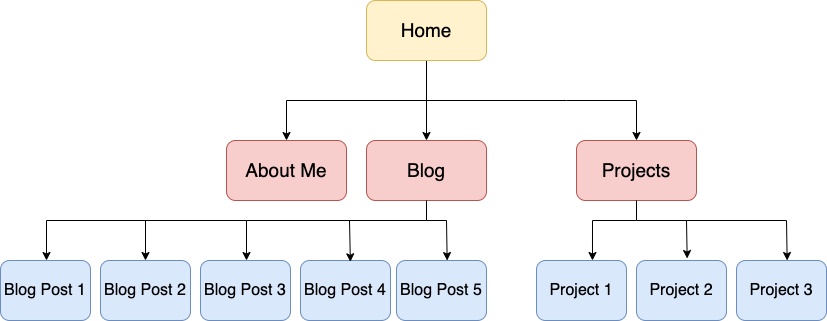
This is docs/Sitemap.png from Dandandan-mo/T1A2-Portfolio, a draw.io export, as it was before one commit. Source tidied: cells renumbered, new cells last; positions are measured from the earlier drawing's top-left corner, leaving out a move shared by most shapes. Its diagram source:
```xml
<mxGraphModel>
  <root>
    <mxCell id="0" />
    <mxCell id="1" parent="0" />
    <mxCell id="2" style="edgeStyle=orthogonalEdgeStyle;rounded=0;jettySize=auto;html=1;fontSize=19;" parent="1" edge="1" source="3" target="5">
      <mxGeometry relative="1" as="geometry" />
    </mxCell>
    <mxCell id="3" value="&lt;font style=&quot;font-size: 19px;&quot;&gt;Home&lt;/font&gt;" style="rounded=1;whiteSpace=wrap;html=1;fillColor=#fff2cc;strokeColor=#d6b656;" parent="1" vertex="1">
      <mxGeometry x="366" width="120" height="60" as="geometry" />
    </mxCell>
    <mxCell id="4" style="edgeStyle=orthogonalEdgeStyle;rounded=0;jettySize=auto;html=1;fontSize=19;entryX=0.5;entryY=0;entryDx=0;entryDy=0;" parent="1" edge="1" source="5" target="10">
      <mxGeometry relative="1" as="geometry">
        <Array as="points">
          <mxPoint x="426" y="220" />
          <mxPoint x="246" y="220" />
        </Array>
      </mxGeometry>
    </mxCell>
    <mxCell id="5" value="&lt;font style=&quot;font-size: 19px;&quot;&gt;Blog&lt;/font&gt;" style="rounded=1;whiteSpace=wrap;html=1;fillColor=#f8cecc;strokeColor=#b85450;" parent="1" vertex="1">
      <mxGeometry x="366" y="140" width="120" height="60" as="geometry" />
    </mxCell>
    <mxCell id="6" value="&lt;font style=&quot;font-size: 19px;&quot;&gt;Projects&lt;/font&gt;" style="rounded=1;whiteSpace=wrap;html=1;fillColor=#f8cecc;strokeColor=#b85450;" parent="1" vertex="1">
      <mxGeometry x="576" y="140" width="120" height="60" as="geometry" />
    </mxCell>
    <mxCell id="7" value="&lt;font style=&quot;font-size: 19px;&quot;&gt;About Me&lt;/font&gt;" style="rounded=1;whiteSpace=wrap;html=1;fillColor=#f8cecc;strokeColor=#b85450;" parent="1" vertex="1">
      <mxGeometry x="226" y="140" width="120" height="60" as="geometry" />
    </mxCell>
    <mxCell id="8" style="endArrow=classic;html=1;rounded=0;fontSize=19;entryX=0.5;entryY=0;entryDx=0;entryDy=0;" parent="1" edge="1" target="6">
      <mxGeometry relative="1" as="geometry">
        <mxPoint x="426" y="100" as="sourcePoint" />
        <Array as="points">
          <mxPoint x="566" y="100" />
          <mxPoint x="636" y="100" />
        </Array>
      </mxGeometry>
    </mxCell>
    <mxCell id="9" style="endArrow=classic;html=1;rounded=0;fontSize=19;entryX=0.5;entryY=0;entryDx=0;entryDy=0;" parent="1" edge="1" target="7">
      <mxGeometry relative="1" as="geometry">
        <mxPoint x="426" y="100" as="sourcePoint" />
        <Array as="points">
          <mxPoint x="286" y="100" />
        </Array>
      </mxGeometry>
    </mxCell>
    <mxCell id="10" value="&lt;font style=&quot;font-size: 16px;&quot;&gt;Blog Post 3&lt;/font&gt;" style="whiteSpace=wrap;html=1;rounded=1;fillColor=#dae8fc;strokeColor=#6c8ebf;" parent="1" vertex="1">
      <mxGeometry x="200" y="260" width="90" height="60" as="geometry" />
    </mxCell>
    <mxCell id="11" value="&lt;font style=&quot;font-size: 16px;&quot;&gt;Blog Post 2&lt;/font&gt;" style="whiteSpace=wrap;html=1;rounded=1;fillColor=#dae8fc;strokeColor=#6c8ebf;" parent="1" vertex="1">
      <mxGeometry x="100" y="260" width="90" height="60" as="geometry" />
    </mxCell>
    <mxCell id="12" value="&lt;font style=&quot;font-size: 16px;&quot;&gt;Blog Post 1&lt;/font&gt;" style="whiteSpace=wrap;html=1;rounded=1;fillColor=#dae8fc;strokeColor=#6c8ebf;" parent="1" vertex="1">
      <mxGeometry y="260" width="90" height="60" as="geometry" />
    </mxCell>
    <mxCell id="13" value="&lt;font style=&quot;font-size: 16px;&quot;&gt;Blog Post 4&lt;/font&gt;" style="whiteSpace=wrap;html=1;rounded=1;fillColor=#dae8fc;strokeColor=#6c8ebf;" parent="1" vertex="1">
      <mxGeometry x="300" y="260" width="90" height="60" as="geometry" />
    </mxCell>
    <mxCell id="14" value="&lt;font style=&quot;font-size: 16px;&quot;&gt;Project 1&lt;/font&gt;" style="whiteSpace=wrap;html=1;rounded=1;fillColor=#dae8fc;strokeColor=#6c8ebf;" parent="1" vertex="1">
      <mxGeometry x="536" y="260" width="90" height="60" as="geometry" />
    </mxCell>
    <mxCell id="15" value="&lt;font style=&quot;font-size: 16px;&quot;&gt;Project 2&lt;/font&gt;" style="whiteSpace=wrap;html=1;rounded=1;fillColor=#dae8fc;strokeColor=#6c8ebf;" parent="1" vertex="1">
      <mxGeometry x="636" y="260" width="90" height="60" as="geometry" />
    </mxCell>
    <mxCell id="16" value="&lt;font style=&quot;font-size: 16px;&quot;&gt;Project 3&lt;/font&gt;" style="whiteSpace=wrap;html=1;rounded=1;fillColor=#dae8fc;strokeColor=#6c8ebf;" parent="1" vertex="1">
      <mxGeometry x="736" y="260" width="90" height="60" as="geometry" />
    </mxCell>
    <mxCell id="17" value="&lt;font style=&quot;font-size: 16px;&quot;&gt;Blog Post 5&lt;/font&gt;" style="whiteSpace=wrap;html=1;rounded=1;fillColor=#dae8fc;strokeColor=#6c8ebf;" parent="1" vertex="1">
      <mxGeometry x="396" y="260" width="90" height="60" as="geometry" />
    </mxCell>
    <mxCell id="18" style="edgeStyle=orthogonalEdgeStyle;rounded=0;jettySize=auto;html=1;fontSize=19;entryX=0.622;entryY=0;entryDx=0;entryDy=0;entryPerimeter=0;" parent="1" edge="1" target="14">
      <mxGeometry relative="1" as="geometry">
        <mxPoint x="636" y="200" as="sourcePoint" />
        <Array as="points">
          <mxPoint x="636" y="220" />
          <mxPoint x="592" y="220" />
        </Array>
      </mxGeometry>
    </mxCell>
    <mxCell id="19" style="endArrow=classic;html=1;rounded=0;fontSize=16;entryX=0.563;entryY=0.001;entryDx=0;entryDy=0;entryPerimeter=0;" parent="1" edge="1" target="17">
      <mxGeometry relative="1" as="geometry">
        <mxPoint x="426" y="200" as="sourcePoint" />
        <Array as="points">
          <mxPoint x="426" y="220" />
          <mxPoint x="446" y="220" />
        </Array>
      </mxGeometry>
    </mxCell>
    <mxCell id="20" style="endArrow=classic;html=1;rounded=0;fontSize=16;entryX=0.632;entryY=0.022;entryDx=0;entryDy=0;entryPerimeter=0;" parent="1" edge="1">
      <mxGeometry relative="1" as="geometry">
        <mxPoint x="349" y="220" as="sourcePoint" />
        <mxPoint x="349.9" y="261.3" as="targetPoint" />
      </mxGeometry>
    </mxCell>
    <mxCell id="21" style="endArrow=classic;html=1;rounded=0;fontSize=16;entryX=0.5;entryY=0;entryDx=0;entryDy=0;" parent="1" edge="1" target="11">
      <mxGeometry relative="1" as="geometry">
        <mxPoint x="246" y="220" as="sourcePoint" />
        <Array as="points">
          <mxPoint x="145" y="220" />
        </Array>
      </mxGeometry>
    </mxCell>
    <mxCell id="22" style="endArrow=classic;html=1;rounded=0;fontSize=16;entryX=0.5;entryY=0;entryDx=0;entryDy=0;" parent="1" edge="1">
      <mxGeometry relative="1" as="geometry">
        <mxPoint x="147" y="220" as="sourcePoint" />
        <mxPoint x="46" y="260" as="targetPoint" />
        <Array as="points">
          <mxPoint x="46" y="220" />
        </Array>
      </mxGeometry>
    </mxCell>
    <mxCell id="23" style="endArrow=classic;html=1;rounded=0;fontSize=16;entryX=0.563;entryY=-0.033;entryDx=0;entryDy=0;entryPerimeter=0;" parent="1" edge="1" target="15">
      <mxGeometry relative="1" as="geometry">
        <mxPoint x="636" y="220" as="sourcePoint" />
        <Array as="points">
          <mxPoint x="686" y="220" />
        </Array>
      </mxGeometry>
    </mxCell>
    <mxCell id="24" style="endArrow=classic;html=1;rounded=0;fontSize=16;entryX=0.563;entryY=-0.033;entryDx=0;entryDy=0;entryPerimeter=0;" parent="1" edge="1">
      <mxGeometry relative="1" as="geometry">
        <mxPoint x="686" y="220" as="sourcePoint" />
        <mxPoint x="786.7" y="260" as="targetPoint" />
        <Array as="points">
          <mxPoint x="786" y="220" />
        </Array>
      </mxGeometry>
    </mxCell>
  </root>
</mxGraphModel>
```
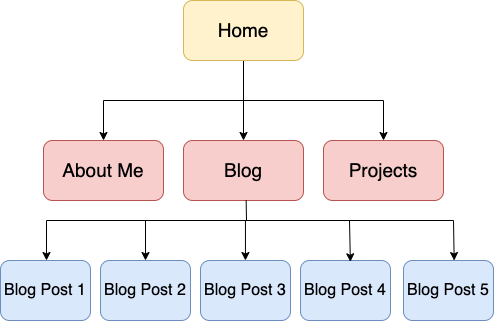
Later version of the same file.

Change to the diagram source:
```diff
@@ -8,19 +8,11 @@
     <mxCell id="3" value="&lt;font style=&quot;font-size: 19px;&quot;&gt;Home&lt;/font&gt;" style="rounded=1;whiteSpace=wrap;html=1;fillColor=#fff2cc;strokeColor=#d6b656;" parent="1" vertex="1">
       <mxGeometry x="366" width="120" height="60" as="geometry" />
     </mxCell>
-    <mxCell id="4" style="edgeStyle=orthogonalEdgeStyle;rounded=0;jettySize=auto;html=1;fontSize=19;entryX=0.5;entryY=0;entryDx=0;entryDy=0;" parent="1" edge="1" source="5" target="10">
-      <mxGeometry relative="1" as="geometry">
-        <Array as="points">
-          <mxPoint x="426" y="220" />
-          <mxPoint x="246" y="220" />
-        </Array>
-      </mxGeometry>
-    </mxCell>
     <mxCell id="5" value="&lt;font style=&quot;font-size: 19px;&quot;&gt;Blog&lt;/font&gt;" style="rounded=1;whiteSpace=wrap;html=1;fillColor=#f8cecc;strokeColor=#b85450;" parent="1" vertex="1">
       <mxGeometry x="366" y="140" width="120" height="60" as="geometry" />
     </mxCell>
     <mxCell id="6" value="&lt;font style=&quot;font-size: 19px;&quot;&gt;Projects&lt;/font&gt;" style="rounded=1;whiteSpace=wrap;html=1;fillColor=#f8cecc;strokeColor=#b85450;" parent="1" vertex="1">
-      <mxGeometry x="576" y="140" width="120" height="60" as="geometry" />
+      <mxGeometry x="506" y="140" width="120" height="60" as="geometry" />
     </mxCell>
     <mxCell id="7" value="&lt;font style=&quot;font-size: 19px;&quot;&gt;About Me&lt;/font&gt;" style="rounded=1;whiteSpace=wrap;html=1;fillColor=#f8cecc;strokeColor=#b85450;" parent="1" vertex="1">
       <mxGeometry x="226" y="140" width="120" height="60" as="geometry" />
@@ -30,7 +22,6 @@
         <mxPoint x="426" y="100" as="sourcePoint" />
         <Array as="points">
           <mxPoint x="566" y="100" />
-          <mxPoint x="636" y="100" />
         </Array>
       </mxGeometry>
     </mxCell>
@@ -43,86 +34,56 @@
       </mxGeometry>
     </mxCell>
     <mxCell id="10" value="&lt;font style=&quot;font-size: 16px;&quot;&gt;Blog Post 3&lt;/font&gt;" style="whiteSpace=wrap;html=1;rounded=1;fillColor=#dae8fc;strokeColor=#6c8ebf;" parent="1" vertex="1">
-      <mxGeometry x="200" y="260" width="90" height="60" as="geometry" />
+      <mxGeometry x="383" y="260" width="90" height="60" as="geometry" />
     </mxCell>
     <mxCell id="11" value="&lt;font style=&quot;font-size: 16px;&quot;&gt;Blog Post 2&lt;/font&gt;" style="whiteSpace=wrap;html=1;rounded=1;fillColor=#dae8fc;strokeColor=#6c8ebf;" parent="1" vertex="1">
-      <mxGeometry x="100" y="260" width="90" height="60" as="geometry" />
+      <mxGeometry x="283" y="260" width="90" height="60" as="geometry" />
     </mxCell>
     <mxCell id="12" value="&lt;font style=&quot;font-size: 16px;&quot;&gt;Blog Post 1&lt;/font&gt;" style="whiteSpace=wrap;html=1;rounded=1;fillColor=#dae8fc;strokeColor=#6c8ebf;" parent="1" vertex="1">
-      <mxGeometry y="260" width="90" height="60" as="geometry" />
+      <mxGeometry x="183" y="260" width="90" height="60" as="geometry" />
     </mxCell>
     <mxCell id="13" value="&lt;font style=&quot;font-size: 16px;&quot;&gt;Blog Post 4&lt;/font&gt;" style="whiteSpace=wrap;html=1;rounded=1;fillColor=#dae8fc;strokeColor=#6c8ebf;" parent="1" vertex="1">
-      <mxGeometry x="300" y="260" width="90" height="60" as="geometry" />
+      <mxGeometry x="483" y="260" width="90" height="60" as="geometry" />
     </mxCell>
-    <mxCell id="14" value="&lt;font style=&quot;font-size: 16px;&quot;&gt;Project 1&lt;/font&gt;" style="whiteSpace=wrap;html=1;rounded=1;fillColor=#dae8fc;strokeColor=#6c8ebf;" parent="1" vertex="1">
-      <mxGeometry x="536" y="260" width="90" height="60" as="geometry" />
-    </mxCell>
-    <mxCell id="15" value="&lt;font style=&quot;font-size: 16px;&quot;&gt;Project 2&lt;/font&gt;" style="whiteSpace=wrap;html=1;rounded=1;fillColor=#dae8fc;strokeColor=#6c8ebf;" parent="1" vertex="1">
-      <mxGeometry x="636" y="260" width="90" height="60" as="geometry" />
-    </mxCell>
-    <mxCell id="16" value="&lt;font style=&quot;font-size: 16px;&quot;&gt;Project 3&lt;/font&gt;" style="whiteSpace=wrap;html=1;rounded=1;fillColor=#dae8fc;strokeColor=#6c8ebf;" parent="1" vertex="1">
-      <mxGeometry x="736" y="260" width="90" height="60" as="geometry" />
-    </mxCell>
     <mxCell id="17" value="&lt;font style=&quot;font-size: 16px;&quot;&gt;Blog Post 5&lt;/font&gt;" style="whiteSpace=wrap;html=1;rounded=1;fillColor=#dae8fc;strokeColor=#6c8ebf;" parent="1" vertex="1">
-      <mxGeometry x="396" y="260" width="90" height="60" as="geometry" />
+      <mxGeometry x="586" y="260" width="90" height="60" as="geometry" />
     </mxCell>
-    <mxCell id="18" style="edgeStyle=orthogonalEdgeStyle;rounded=0;jettySize=auto;html=1;fontSize=19;entryX=0.622;entryY=0;entryDx=0;entryDy=0;entryPerimeter=0;" parent="1" edge="1" target="14">
-      <mxGeometry relative="1" as="geometry">
-        <mxPoint x="636" y="200" as="sourcePoint" />
-        <Array as="points">
-          <mxPoint x="636" y="220" />
-          <mxPoint x="592" y="220" />
-        </Array>
-      </mxGeometry>
-    </mxCell>
-    <mxCell id="19" style="endArrow=classic;html=1;rounded=0;fontSize=16;entryX=0.563;entryY=0.001;entryDx=0;entryDy=0;entryPerimeter=0;" parent="1" edge="1" target="17">
+    <mxCell id="19" style="endArrow=classic;html=1;rounded=0;fontSize=16;entryX=0.563;entryY=0.001;entryDx=0;entryDy=0;entryPerimeter=0;exitX=0.522;exitY=0.999;exitDx=0;exitDy=0;exitPerimeter=0;" parent="1" edge="1" source="5" target="17">
       <mxGeometry relative="1" as="geometry">
-        <mxPoint x="426" y="200" as="sourcePoint" />
         <Array as="points">
-          <mxPoint x="426" y="220" />
-          <mxPoint x="446" y="220" />
+          <mxPoint x="429" y="220" />
+          <mxPoint x="636" y="220" />
         </Array>
       </mxGeometry>
     </mxCell>
     <mxCell id="20" style="endArrow=classic;html=1;rounded=0;fontSize=16;entryX=0.632;entryY=0.022;entryDx=0;entryDy=0;entryPerimeter=0;" parent="1" edge="1">
       <mxGeometry relative="1" as="geometry">
-        <mxPoint x="349" y="220" as="sourcePoint" />
-        <mxPoint x="349.9" y="261.3" as="targetPoint" />
+        <mxPoint x="532" y="220" as="sourcePoint" />
+        <mxPoint x="532.9" y="261.3" as="targetPoint" />
       </mxGeometry>
     </mxCell>
     <mxCell id="21" style="endArrow=classic;html=1;rounded=0;fontSize=16;entryX=0.5;entryY=0;entryDx=0;entryDy=0;" parent="1" edge="1" target="11">
       <mxGeometry relative="1" as="geometry">
-        <mxPoint x="246" y="220" as="sourcePoint" />
+        <mxPoint x="436" y="220" as="sourcePoint" />
         <Array as="points">
-          <mxPoint x="145" y="220" />
+          <mxPoint x="328" y="220" />
         </Array>
       </mxGeometry>
     </mxCell>
     <mxCell id="22" style="endArrow=classic;html=1;rounded=0;fontSize=16;entryX=0.5;entryY=0;entryDx=0;entryDy=0;" parent="1" edge="1">
       <mxGeometry relative="1" as="geometry">
-        <mxPoint x="147" y="220" as="sourcePoint" />
-        <mxPoint x="46" y="260" as="targetPoint" />
+        <mxPoint x="330" y="220" as="sourcePoint" />
+        <mxPoint x="229" y="260" as="targetPoint" />
         <Array as="points">
-          <mxPoint x="46" y="220" />
+          <mxPoint x="229" y="220" />
         </Array>
       </mxGeometry>
     </mxCell>
-    <mxCell id="23" style="endArrow=classic;html=1;rounded=0;fontSize=16;entryX=0.563;entryY=-0.033;entryDx=0;entryDy=0;entryPerimeter=0;" parent="1" edge="1" target="15">
-      <mxGeometry relative="1" as="geometry">
-        <mxPoint x="636" y="220" as="sourcePoint" />
-        <Array as="points">
-          <mxPoint x="686" y="220" />
-        </Array>
-      </mxGeometry>
-    </mxCell>
-    <mxCell id="24" style="endArrow=classic;html=1;rounded=0;fontSize=16;entryX=0.563;entryY=-0.033;entryDx=0;entryDy=0;entryPerimeter=0;" parent="1" edge="1">
-      <mxGeometry relative="1" as="geometry">
-        <mxPoint x="686" y="220" as="sourcePoint" />
-        <mxPoint x="786.7" y="260" as="targetPoint" />
-        <Array as="points">
-          <mxPoint x="786" y="220" />
-        </Array>
-      </mxGeometry>
-    </mxCell>
+    <mxCell id="25" style="endArrow=classic;html=1;rounded=0;" parent="1" edge="1">
+      <mxGeometry relative="1" as="geometry">
+        <mxPoint x="427.9" y="220" as="sourcePoint" />
+        <mxPoint x="427.9" y="260" as="targetPoint" />
+      </mxGeometry>
+    </mxCell>
   </root>
 </mxGraphModel>
```
